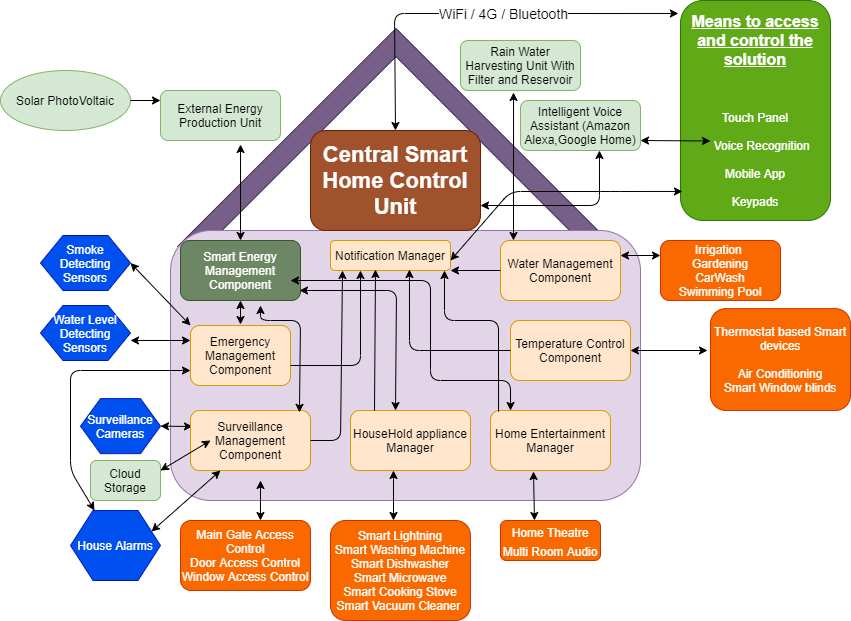
sakibshuvo/SOEN-6481-SRS keeps this draw.io diagram as Architecture/Block Diagram.png. Above is the earlier version. Source tidied: cells renumbered, new cells last; positions are measured from the earlier drawing's top-left corner, leaving out a move shared by most shapes.
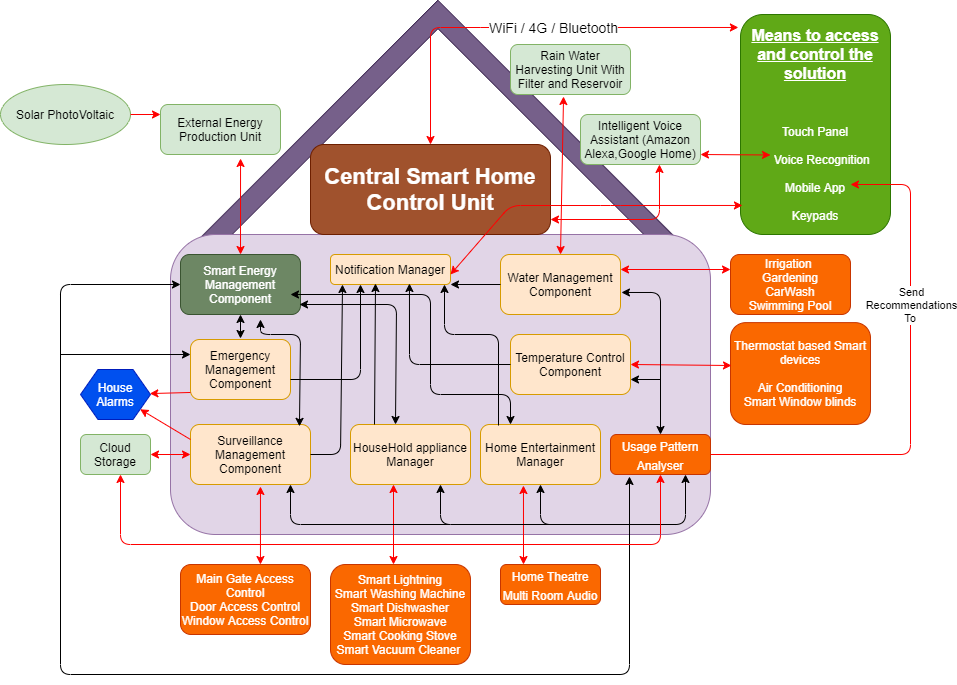
Later version of the same file.

Commit message:
Block Diagram Updated With Pattern Analyser Component

The edit, as a diff of the source:
```diff
@@ -3,13 +3,13 @@
     <mxCell id="0" />
     <mxCell id="1" parent="0" />
     <mxCell id="2" style="shape=corner;whiteSpace=wrap;html=1;rotation=45;fillColor=#76608a;strokeColor=#432D57;fontColor=#ffffff;" parent="1" vertex="1">
-      <mxGeometry x="242" y="90" width="303.4" height="308.1" as="geometry" />
+      <mxGeometry x="256.9" y="54" width="345.4" height="367.7" as="geometry" />
     </mxCell>
     <mxCell id="3" style="rounded=1;whiteSpace=wrap;html=1;fillColor=#e1d5e7;strokeColor=#9673a6;" parent="1" vertex="1">
-      <mxGeometry x="170" y="230" width="470" height="270" as="geometry" />
+      <mxGeometry x="170" y="220" width="540" height="300" as="geometry" />
     </mxCell>
     <mxCell id="4" value="Home Entertainment Manager" style="rounded=1;whiteSpace=wrap;html=1;fillColor=#ffe6cc;strokeColor=#d79b00;" parent="1" vertex="1">
-      <mxGeometry x="490" y="410" width="120" height="60" as="geometry" />
+      <mxGeometry x="480" y="410" width="120" height="60" as="geometry" />
     </mxCell>
     <mxCell id="5" value="Smart Energy Management Component" style="rounded=1;whiteSpace=wrap;html=1;fillColor=#6d8764;strokeColor=#3A5431;fontColor=#ffffff;" parent="1" vertex="1">
       <mxGeometry x="180" y="240" width="120" height="60" as="geometry" />
@@ -24,41 +24,21 @@
       <mxGeometry y="70" width="130" height="60" as="geometry" />
     </mxCell>
     <mxCell id="9" value="Cloud Storage" style="rounded=1;whiteSpace=wrap;html=1;fillColor=#d5e8d4;strokeColor=#82b366;" parent="1" vertex="1">
-      <mxGeometry x="90" y="460" width="70" height="40" as="geometry" />
+      <mxGeometry x="80" y="420" width="70" height="40" as="geometry" />
     </mxCell>
     <mxCell id="10" value="Rain Water Harvesting Unit With Filter and Reservoir" style="rounded=1;whiteSpace=wrap;html=1;fillColor=#d5e8d4;strokeColor=#82b366;" parent="1" vertex="1">
-      <mxGeometry x="460" y="40" width="120" height="50" as="geometry" />
+      <mxGeometry x="510" y="30" width="120" height="50" as="geometry" />
     </mxCell>
-    <mxCell id="11" style="endArrow=classic;startArrow=classic;html=1;entryX=0.667;entryY=1.08;entryDx=0;entryDy=0;entryPerimeter=0;" parent="1" edge="1" source="5" target="7">
+    <mxCell id="11" style="endArrow=classic;startArrow=classic;html=1;entryX=0.667;entryY=1.08;entryDx=0;entryDy=0;entryPerimeter=0;strokeColor=#FF0000;" parent="1" edge="1" source="5" target="7">
       <mxGeometry relative="1" as="geometry" />
     </mxCell>
-    <mxCell id="12" style="endArrow=classic;startArrow=classic;html=1;entryX=1;entryY=0.636;entryDx=0;entryDy=0;exitX=0;exitY=0.25;exitDx=0;exitDy=0;entryPerimeter=0;" parent="1" edge="1" source="40" target="17">
-      <mxGeometry relative="1" as="geometry" />
-    </mxCell>
-    <mxCell id="13" style="endArrow=classic;startArrow=classic;html=1;entryX=1;entryY=0.5;entryDx=0;entryDy=0;exitX=0;exitY=0;exitDx=0;exitDy=0;" parent="1" edge="1" source="40" target="16">
-      <mxGeometry relative="1" as="geometry" />
-    </mxCell>
-    <mxCell id="14" style="endArrow=classic;startArrow=classic;html=1;entryX=1;entryY=0.5;entryDx=0;entryDy=0;" parent="1" edge="1" target="15">
-      <mxGeometry relative="1" as="geometry">
-        <mxPoint x="192" y="426" as="sourcePoint" />
-      </mxGeometry>
-    </mxCell>
-    <mxCell id="15" value="Surveillance Cameras" style="shape=hexagon;perimeter=hexagonPerimeter2;whiteSpace=wrap;html=1;fillColor=#0050ef;strokeColor=#001DBC;fontColor=#ffffff;" parent="1" vertex="1">
-      <mxGeometry x="80" y="398.1" width="80" height="55" as="geometry" />
-    </mxCell>
-    <mxCell id="16" value="Smoke Detecting Sensors" style="shape=hexagon;perimeter=hexagonPerimeter2;whiteSpace=wrap;html=1;fillColor=#0050ef;strokeColor=#001DBC;fontColor=#ffffff;" parent="1" vertex="1">
-      <mxGeometry x="40" y="235" width="90" height="55" as="geometry" />
-    </mxCell>
-    <mxCell id="17" value="Water Level Detecting Sensors" style="shape=hexagon;perimeter=hexagonPerimeter2;whiteSpace=wrap;html=1;fillColor=#0050ef;strokeColor=#001DBC;fontColor=#ffffff;" parent="1" vertex="1">
-      <mxGeometry x="40" y="305" width="90" height="55" as="geometry" />
-    </mxCell>
     <mxCell id="18" value="&lt;u&gt;&lt;b&gt;&lt;font style=&quot;font-size: 16px&quot;&gt;Means to access and control the solution&lt;/font&gt;&lt;/b&gt;&lt;/u&gt;&lt;br&gt;&lt;br&gt;&lt;br&gt;&lt;br&gt;Touch Panel&lt;br&gt;&lt;br&gt;&amp;nbsp; &amp;nbsp; Voice Recognition&lt;br&gt;&lt;br&gt;Mobile App&lt;br&gt;&lt;br&gt;Keypads" style="rounded=1;whiteSpace=wrap;html=1;fillColor=#60a917;strokeColor=#2D7600;fontColor=#ffffff;" parent="1" vertex="1">
-      <mxGeometry x="680" width="150" height="220" as="geometry" />
+      <mxGeometry x="740" width="150" height="220" as="geometry" />
     </mxCell>
-    <mxCell id="19" style="endArrow=classic;startArrow=classic;html=1;entryX=-0.014;entryY=0.059;entryDx=0;entryDy=0;entryPerimeter=0;exitX=0.5;exitY=0;exitDx=0;exitDy=0;" parent="1" edge="1" source="21" target="18">
+    <mxCell id="19" style="endArrow=classic;startArrow=classic;html=1;entryX=-0.014;entryY=0.059;entryDx=0;entryDy=0;entryPerimeter=0;exitX=0.5;exitY=0;exitDx=0;exitDy=0;strokeColor=#FF0000;" parent="1" edge="1" source="21" target="18">
       <mxGeometry relative="1" as="geometry">
         <Array as="points">
-          <mxPoint x="394" y="13" />
+          <mxPoint x="430" y="13" />
           <mxPoint x="490" y="13" />
         </Array>
       </mxGeometry>
@@ -67,9 +47,9 @@
       <mxGeometry x="0.13" relative="1" as="geometry" />
     </mxCell>
     <mxCell id="21" value="&lt;b&gt;&lt;font style=&quot;font-size: 22px&quot;&gt;Central Smart Home Control Unit&lt;/font&gt;&lt;/b&gt;" style="rounded=1;whiteSpace=wrap;html=1;fillColor=#a0522d;strokeColor=#6D1F00;fontColor=#ffffff;" parent="1" vertex="1">
-      <mxGeometry x="310" y="130" width="170" height="100" as="geometry" />
+      <mxGeometry x="310" y="130" width="240" height="90" as="geometry" />
     </mxCell>
-    <mxCell id="22" style="endArrow=classic;html=1;" parent="1" edge="1">
+    <mxCell id="22" style="endArrow=classic;html=1;strokeColor=#FF0000;" parent="1" edge="1">
       <mxGeometry relative="1" as="geometry">
         <mxPoint x="130" y="100" as="sourcePoint" />
         <mxPoint x="160" y="100" as="targetPoint" />
@@ -79,14 +59,12 @@
       <mxGeometry x="500" y="240" width="120" height="60" as="geometry" />
     </mxCell>
     <mxCell id="24" value="Irrigation &lt;br&gt;Gardening&lt;br&gt;CarWash&lt;br&gt;Swimming Pool" style="rounded=1;whiteSpace=wrap;html=1;fillColor=#fa6800;strokeColor=#C73500;fontColor=#ffffff;" parent="1" vertex="1">
-      <mxGeometry x="660" y="240" width="120" height="60" as="geometry" />
+      <mxGeometry x="730" y="240" width="120" height="60" as="geometry" />
     </mxCell>
-    <mxCell id="25" style="endArrow=classic;startArrow=classic;html=1;entryX=0.442;entryY=1.04;entryDx=0;entryDy=0;entryPerimeter=0;" parent="1" edge="1" target="10">
-      <mxGeometry relative="1" as="geometry">
-        <mxPoint x="513" y="240" as="sourcePoint" />
-      </mxGeometry>
+    <mxCell id="25" style="endArrow=classic;startArrow=classic;html=1;entryX=0.442;entryY=1.04;entryDx=0;entryDy=0;entryPerimeter=0;exitX=0.5;exitY=0;exitDx=0;exitDy=0;strokeColor=#FF0000;" parent="1" edge="1" source="23" target="10">
+      <mxGeometry relative="1" as="geometry" />
     </mxCell>
-    <mxCell id="26" style="endArrow=classic;startArrow=classic;html=1;exitX=0;exitY=0.25;exitDx=0;exitDy=0;entryX=1;entryY=0.25;entryDx=0;entryDy=0;" parent="1" edge="1" source="24" target="23">
+    <mxCell id="26" style="endArrow=classic;startArrow=classic;html=1;exitX=0;exitY=0.25;exitDx=0;exitDy=0;entryX=1;entryY=0.25;entryDx=0;entryDy=0;strokeColor=#FF0000;" parent="1" edge="1" source="24" target="23">
       <mxGeometry relative="1" as="geometry" />
     </mxCell>
     <mxCell id="27" style="endArrow=classic;startArrow=classic;html=1;" parent="1" edge="1">
@@ -95,7 +73,7 @@
         <mxPoint x="240" y="300" as="targetPoint" />
       </mxGeometry>
     </mxCell>
-    <mxCell id="28" style="endArrow=classic;startArrow=classic;html=1;exitX=0.167;exitY=0;exitDx=0;exitDy=0;exitPerimeter=0;" parent="1" edge="1" source="4">
+    <mxCell id="28" style="endArrow=classic;startArrow=classic;html=1;exitX=0.25;exitY=0;exitDx=0;exitDy=0;" parent="1" edge="1" source="4">
       <mxGeometry relative="1" as="geometry">
         <mxPoint x="290" y="280" as="targetPoint" />
         <Array as="points">
@@ -114,32 +92,30 @@
       </mxGeometry>
     </mxCell>
     <mxCell id="30" value="House Alarms" style="shape=hexagon;perimeter=hexagonPerimeter2;whiteSpace=wrap;html=1;fillColor=#0050ef;strokeColor=#001DBC;fontColor=#ffffff;" parent="1" vertex="1">
-      <mxGeometry x="70" y="510" width="90" height="70" as="geometry" />
+      <mxGeometry x="80" y="355" width="70" height="50" as="geometry" />
     </mxCell>
     <mxCell id="31" value="&lt;font style=&quot;font-size: 12px&quot;&gt;Smart Lightning&lt;br&gt;Smart Washing Machine&lt;br&gt;Smart Dishwasher&lt;br&gt;Smart Microwave&lt;br&gt;Smart Cooking Stove&lt;br&gt;Smart Vacuum Cleaner&amp;nbsp;&lt;br&gt;&lt;/font&gt;" style="rounded=1;whiteSpace=wrap;html=1;fillColor=#fa6800;strokeColor=#C73500;fontColor=#ffffff;" parent="1" vertex="1">
-      <mxGeometry x="330" y="520" width="140" height="100" as="geometry" />
+      <mxGeometry x="330" y="550" width="140" height="100" as="geometry" />
     </mxCell>
     <mxCell id="32" value="&lt;span style=&quot;font-size: 16px&quot;&gt;&lt;span style=&quot;font-size: 12px&quot;&gt;Home Theatre&lt;br&gt;Multi Room Audio&lt;br&gt;&lt;/span&gt;&lt;/span&gt;" style="rounded=1;whiteSpace=wrap;html=1;fillColor=#fa6800;strokeColor=#C73500;fontColor=#ffffff;" parent="1" vertex="1">
-      <mxGeometry x="500" y="520" width="100" height="40" as="geometry" />
+      <mxGeometry x="500" y="550" width="100" height="40" as="geometry" />
     </mxCell>
     <mxCell id="33" value="Temperature Control Component" style="rounded=1;whiteSpace=wrap;html=1;fillColor=#ffe6cc;strokeColor=#d79b00;" parent="1" vertex="1">
       <mxGeometry x="510" y="320" width="120" height="60" as="geometry" />
     </mxCell>
     <mxCell id="34" value="&lt;font style=&quot;font-size: 12px&quot;&gt;Thermostat based Smart devices&lt;br&gt;&lt;br&gt;Air Conditioning&lt;br&gt;Smart Window blinds&lt;br&gt;&lt;/font&gt;" style="rounded=1;whiteSpace=wrap;html=1;fillColor=#fa6800;strokeColor=#C73500;fontColor=#ffffff;" parent="1" vertex="1">
-      <mxGeometry x="710" y="308.1" width="140" height="101.9" as="geometry" />
+      <mxGeometry x="730" y="308.1" width="140" height="101.9" as="geometry" />
     </mxCell>
     <mxCell id="35" value="Intelligent Voice Assistant (Amazon Alexa,Google Home)" style="rounded=1;whiteSpace=wrap;html=1;fillColor=#d5e8d4;strokeColor=#82b366;" parent="1" vertex="1">
-      <mxGeometry x="520" y="100" width="120" height="50" as="geometry" />
+      <mxGeometry x="580" y="100" width="120" height="50" as="geometry" />
     </mxCell>
-    <mxCell id="36" style="endArrow=classic;startArrow=classic;html=1;entryX=0.358;entryY=1.017;entryDx=0;entryDy=0;exitX=0.34;exitY=0;exitDx=0;exitDy=0;entryPerimeter=0;exitPerimeter=0;" parent="1" edge="1" source="32" target="4">
+    <mxCell id="36" style="endArrow=classic;startArrow=classic;html=1;entryX=0.358;entryY=1.017;entryDx=0;entryDy=0;exitX=0.23;exitY=0;exitDx=0;exitDy=0;entryPerimeter=0;exitPerimeter=0;strokeColor=#FF0000;" parent="1" edge="1" source="32" target="4">
       <mxGeometry relative="1" as="geometry" />
     </mxCell>
-    <mxCell id="37" style="endArrow=classic;startArrow=classic;html=1;entryX=1;entryY=0.5;entryDx=0;entryDy=0;" parent="1" edge="1" target="33">
-      <mxGeometry relative="1" as="geometry">
-        <mxPoint x="707" y="350" as="sourcePoint" />
-      </mxGeometry>
+    <mxCell id="37" style="endArrow=classic;startArrow=classic;html=1;entryX=1;entryY=0.5;entryDx=0;entryDy=0;strokeColor=#FF0000;exitX=0.007;exitY=0.421;exitDx=0;exitDy=0;exitPerimeter=0;" parent="1" edge="1" source="34" target="33">
+      <mxGeometry relative="1" as="geometry" />
     </mxCell>
-    <mxCell id="38" style="endArrow=classic;startArrow=classic;html=1;exitX=0.45;exitY=0;exitDx=0;exitDy=0;exitPerimeter=0;" parent="1" edge="1" source="31">
+    <mxCell id="38" style="endArrow=classic;startArrow=classic;html=1;exitX=0.45;exitY=0;exitDx=0;exitDy=0;exitPerimeter=0;strokeColor=#FF0000;" parent="1" edge="1" source="31">
       <mxGeometry relative="1" as="geometry">
         <mxPoint x="393" y="470" as="targetPoint" />
       </mxGeometry>
@@ -159,37 +135,24 @@
         </Array>
       </mxGeometry>
     </mxCell>
-    <mxCell id="42" style="endArrow=classic;startArrow=classic;html=1;entryX=1;entryY=0.25;entryDx=0;entryDy=0;" parent="1" edge="1" target="9">
+    <mxCell id="42" style="endArrow=classic;startArrow=classic;html=1;entryX=1;entryY=0.5;entryDx=0;entryDy=0;strokeColor=#FF0000;" parent="1" edge="1" target="9">
       <mxGeometry relative="1" as="geometry">
-        <mxPoint x="210" y="440" as="sourcePoint" />
+        <mxPoint x="190" y="440" as="sourcePoint" />
       </mxGeometry>
     </mxCell>
     <mxCell id="43" value="&lt;font style=&quot;font-size: 12px&quot;&gt;Main Gate Access Control&lt;br&gt;Door Access Control&lt;br&gt;Window Access Control&lt;br&gt;&lt;/font&gt;" style="rounded=1;whiteSpace=wrap;html=1;fillColor=#fa6800;strokeColor=#C73500;fontColor=#ffffff;" parent="1" vertex="1">
-      <mxGeometry x="180" y="520" width="130" height="70" as="geometry" />
+      <mxGeometry x="180" y="550" width="130" height="70" as="geometry" />
     </mxCell>
-    <mxCell id="44" style="endArrow=classic;startArrow=classic;html=1;exitX=0.615;exitY=0;exitDx=0;exitDy=0;exitPerimeter=0;" parent="1" edge="1" source="43">
-      <mxGeometry relative="1" as="geometry">
-        <mxPoint x="260" y="480" as="targetPoint" />
-      </mxGeometry>
+    <mxCell id="44" style="endArrow=classic;startArrow=classic;html=1;exitX=0.615;exitY=0;exitDx=0;exitDy=0;exitPerimeter=0;entryX=0.583;entryY=1.033;entryDx=0;entryDy=0;entryPerimeter=0;strokeColor=#FF0000;" parent="1" edge="1" source="43" target="39">
+      <mxGeometry relative="1" as="geometry" />
     </mxCell>
-    <mxCell id="45" style="endArrow=classic;startArrow=classic;html=1;exitX=0.25;exitY=1;exitDx=0;exitDy=0;entryX=1;entryY=0.25;entryDx=0;entryDy=0;" parent="1" edge="1" source="39" target="30">
-      <mxGeometry relative="1" as="geometry" />
-    </mxCell>
-    <mxCell id="46" style="endArrow=classic;startArrow=classic;html=1;exitX=0;exitY=0.75;exitDx=0;exitDy=0;" parent="1" edge="1" source="40" target="30">
-      <mxGeometry relative="1" as="geometry">
-        <Array as="points">
-          <mxPoint x="70" y="370" />
-          <mxPoint x="70" y="470" />
-        </Array>
-      </mxGeometry>
-    </mxCell>
     <mxCell id="47" value="Notification Manager" style="rounded=1;whiteSpace=wrap;html=1;fillColor=#ffe6cc;strokeColor=#d79b00;" parent="1" vertex="1">
       <mxGeometry x="330" y="240" width="120" height="30" as="geometry" />
     </mxCell>
-    <mxCell id="48" style="endArrow=classic;startArrow=classic;html=1;" parent="1" edge="1">
+    <mxCell id="48" style="endArrow=classic;startArrow=classic;html=1;strokeColor=#FF0000;" parent="1" edge="1">
       <mxGeometry relative="1" as="geometry">
-        <mxPoint x="640" y="140" as="sourcePoint" />
-        <mxPoint x="710" y="140.5" as="targetPoint" />
+        <mxPoint x="700" y="140" as="sourcePoint" />
+        <mxPoint x="770" y="140.5" as="targetPoint" />
       </mxGeometry>
     </mxCell>
     <mxCell id="49" style="endArrow=classic;html=1;entryX=0.25;entryY=1;entryDx=0;entryDy=0;" parent="1" edge="1" target="47">
@@ -221,8 +184,9 @@
         </Array>
       </mxGeometry>
     </mxCell>
-    <mxCell id="54" style="endArrow=classic;html=1;exitX=0.067;exitY=0.017;exitDx=0;exitDy=0;exitPerimeter=0;" parent="1" edge="1" source="4">
+    <mxCell id="54" style="endArrow=classic;html=1;" parent="1" edge="1">
       <mxGeometry relative="1" as="geometry">
+        <mxPoint x="498" y="411" as="sourcePoint" />
         <mxPoint x="444" y="270" as="targetPoint" />
         <Array as="points">
           <mxPoint x="498" y="320" />
@@ -230,15 +194,15 @@
         </Array>
       </mxGeometry>
     </mxCell>
-    <mxCell id="55" style="endArrow=classic;startArrow=classic;html=1;entryX=0.658;entryY=1;entryDx=0;entryDy=0;entryPerimeter=0;" parent="1" edge="1" target="35">
+    <mxCell id="55" style="endArrow=classic;startArrow=classic;html=1;entryX=0.658;entryY=1;entryDx=0;entryDy=0;entryPerimeter=0;strokeColor=#FF0000;" parent="1" edge="1" target="35">
       <mxGeometry relative="1" as="geometry">
-        <mxPoint x="480" y="205" as="sourcePoint" />
+        <mxPoint x="550" y="205" as="sourcePoint" />
         <Array as="points">
-          <mxPoint x="599" y="205" />
+          <mxPoint x="659" y="205" />
         </Array>
       </mxGeometry>
     </mxCell>
-    <mxCell id="56" style="endArrow=classic;startArrow=classic;html=1;entryX=0.013;entryY=0.868;entryDx=0;entryDy=0;entryPerimeter=0;" parent="1" edge="1" target="18">
+    <mxCell id="56" style="endArrow=classic;startArrow=classic;html=1;entryX=0.013;entryY=0.868;entryDx=0;entryDy=0;entryPerimeter=0;strokeColor=#FF0000;" parent="1" edge="1" target="18">
       <mxGeometry relative="1" as="geometry">
         <mxPoint x="450" y="260" as="sourcePoint" />
         <Array as="points">
@@ -247,5 +211,90 @@
         </Array>
       </mxGeometry>
     </mxCell>
+    <mxCell id="57" value="&lt;span style=&quot;font-size: 16px&quot;&gt;&lt;span style=&quot;font-size: 12px&quot;&gt;Usage Pattern Analyser&lt;br&gt;&lt;/span&gt;&lt;/span&gt;" style="rounded=1;whiteSpace=wrap;html=1;fillColor=#fa6800;strokeColor=#C73500;fontColor=#ffffff;" parent="1" vertex="1">
+      <mxGeometry x="610" y="420" width="100" height="40" as="geometry" />
+    </mxCell>
+    <mxCell id="46" style="endArrow=classic;html=1;exitX=0;exitY=0.883;exitDx=0;exitDy=0;exitPerimeter=0;strokeColor=#FF0000;" parent="1" edge="1" source="40" target="30">
+      <mxGeometry relative="1" as="geometry" />
+    </mxCell>
+    <mxCell id="45" style="endArrow=classic;html=1;exitX=0;exitY=0.25;exitDx=0;exitDy=0;strokeColor=#FF0000;" parent="1" edge="1" source="39" target="30">
+      <mxGeometry relative="1" as="geometry" />
+    </mxCell>
+    <mxCell id="58" style="endArrow=classic;startArrow=classic;html=1;exitX=0.19;exitY=1.05;exitDx=0;exitDy=0;exitPerimeter=0;" parent="1" edge="1" source="57">
+      <mxGeometry relative="1" as="geometry">
+        <mxPoint x="180" y="270" as="targetPoint" />
+        <Array as="points">
+          <mxPoint x="629" y="660" />
+          <mxPoint x="60" y="660" />
+          <mxPoint x="60" y="270" />
+        </Array>
+      </mxGeometry>
+    </mxCell>
+    <mxCell id="59" style="endArrow=classic;html=1;entryX=0;entryY=0.25;entryDx=0;entryDy=0;" parent="1" edge="1" target="40">
+      <mxGeometry relative="1" as="geometry">
+        <mxPoint x="60" y="340" as="sourcePoint" />
+      </mxGeometry>
+    </mxCell>
+    <mxCell id="60" style="endArrow=classic;startArrow=classic;html=1;strokeColor=#000000;exitX=0.5;exitY=1;exitDx=0;exitDy=0;entryX=0.75;entryY=1;entryDx=0;entryDy=0;" parent="1" edge="1" source="4" target="57">
+      <mxGeometry relative="1" as="geometry">
+        <Array as="points">
+          <mxPoint x="540" y="510" />
+          <mxPoint x="685" y="510" />
+        </Array>
+      </mxGeometry>
+    </mxCell>
+    <mxCell id="61" style="endArrow=classic;html=1;strokeColor=#000000;entryX=0.75;entryY=1;entryDx=0;entryDy=0;" parent="1" edge="1" target="6">
+      <mxGeometry relative="1" as="geometry">
+        <mxPoint x="560" y="510" as="sourcePoint" />
+        <Array as="points">
+          <mxPoint x="440" y="510" />
+        </Array>
+      </mxGeometry>
+    </mxCell>
+    <mxCell id="62" style="endArrow=classic;html=1;strokeColor=#000000;" parent="1" edge="1">
+      <mxGeometry relative="1" as="geometry">
+        <mxPoint x="450" y="510" as="sourcePoint" />
+        <mxPoint x="290" y="470" as="targetPoint" />
+        <Array as="points">
+          <mxPoint x="290" y="510" />
+        </Array>
+      </mxGeometry>
+    </mxCell>
+    <mxCell id="63" style="endArrow=classic;html=1;strokeColor=#000000;entryX=1;entryY=0.75;entryDx=0;entryDy=0;" parent="1" edge="1" target="33">
+      <mxGeometry relative="1" as="geometry">
+        <mxPoint x="660" y="365" as="sourcePoint" />
+      </mxGeometry>
+    </mxCell>
+    <mxCell id="64" style="endArrow=classic;html=1;strokeColor=#FF0000;exitX=1;exitY=0.5;exitDx=0;exitDy=0;" parent="1" edge="1" source="57">
+      <mxGeometry relative="1" as="geometry">
+        <mxPoint x="850" y="170" as="targetPoint" />
+        <Array as="points">
+          <mxPoint x="910" y="440" />
+          <mxPoint x="910" y="170" />
+        </Array>
+      </mxGeometry>
+    </mxCell>
+    <mxCell id="65" value="Send&lt;br&gt;Recommendations&lt;br&gt;To&amp;nbsp;" style="edgeLabel;html=1;align=center;verticalAlign=middle;" parent="64" vertex="1">
+      <mxGeometry x="-0.25" y="52" relative="1" as="geometry">
+        <mxPoint x="52" y="-150" as="offset" />
+      </mxGeometry>
+    </mxCell>
+    <mxCell id="66" style="endArrow=classic;startArrow=classic;html=1;strokeColor=#FF0000;exitX=0.5;exitY=1;exitDx=0;exitDy=0;" parent="1" edge="1" source="57">
+      <mxGeometry relative="1" as="geometry">
+        <mxPoint x="120" y="460" as="targetPoint" />
+        <Array as="points">
+          <mxPoint x="660" y="530" />
+          <mxPoint x="120" y="530" />
+        </Array>
+      </mxGeometry>
+    </mxCell>
+    <mxCell id="67" style="endArrow=classic;startArrow=classic;html=1;strokeColor=#000000;entryX=1.008;entryY=0.633;entryDx=0;entryDy=0;entryPerimeter=0;" parent="1" edge="1" target="23">
+      <mxGeometry relative="1" as="geometry">
+        <mxPoint x="660" y="420" as="sourcePoint" />
+        <Array as="points">
+          <mxPoint x="660" y="278" />
+        </Array>
+      </mxGeometry>
+    </mxCell>
   </root>
 </mxGraphModel>
```
